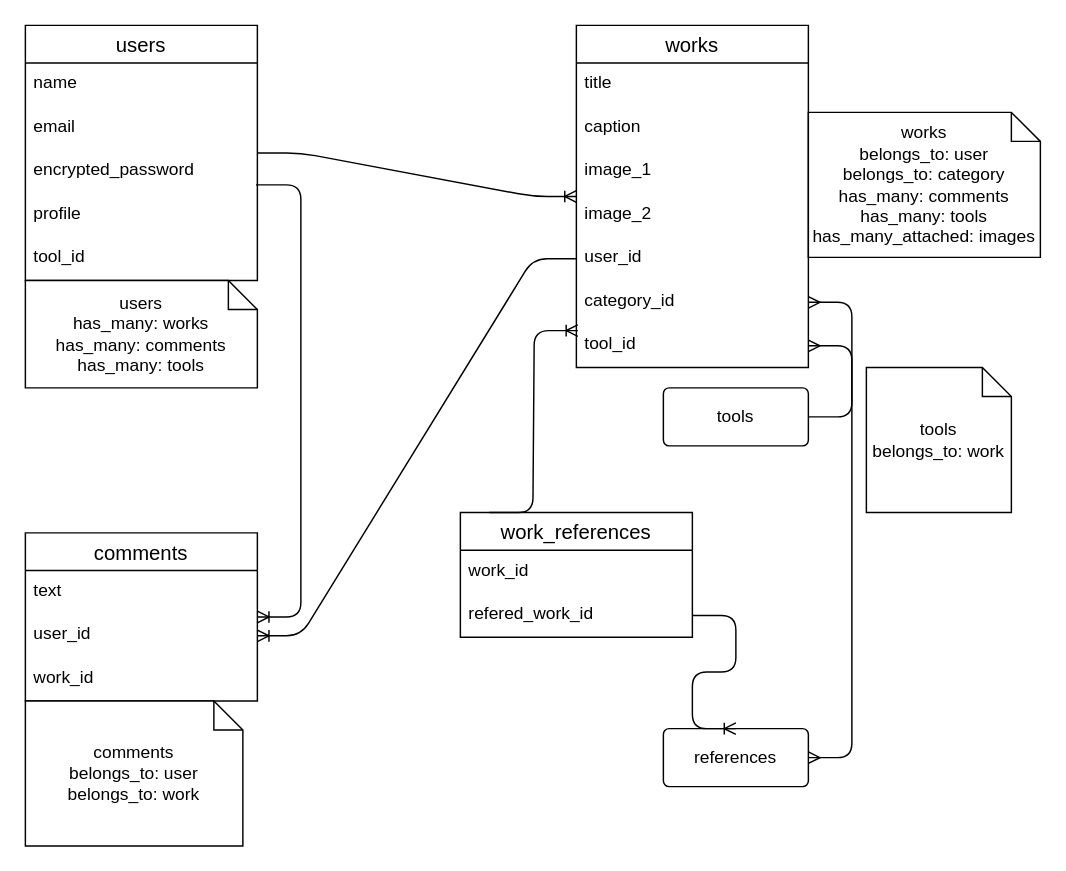
Jumoku-tree/phollowings keeps this draw.io diagram as ER.drawio. Above is the earlier version. Source tidied: cells renumbered, new cells numbered last; positions are measured from the earlier drawing's top-left corner, leaving out a move shared by most shapes. Both pictures are drawn from the tidied source at 145%, with x=0, y=0 at pixel (25, 25).
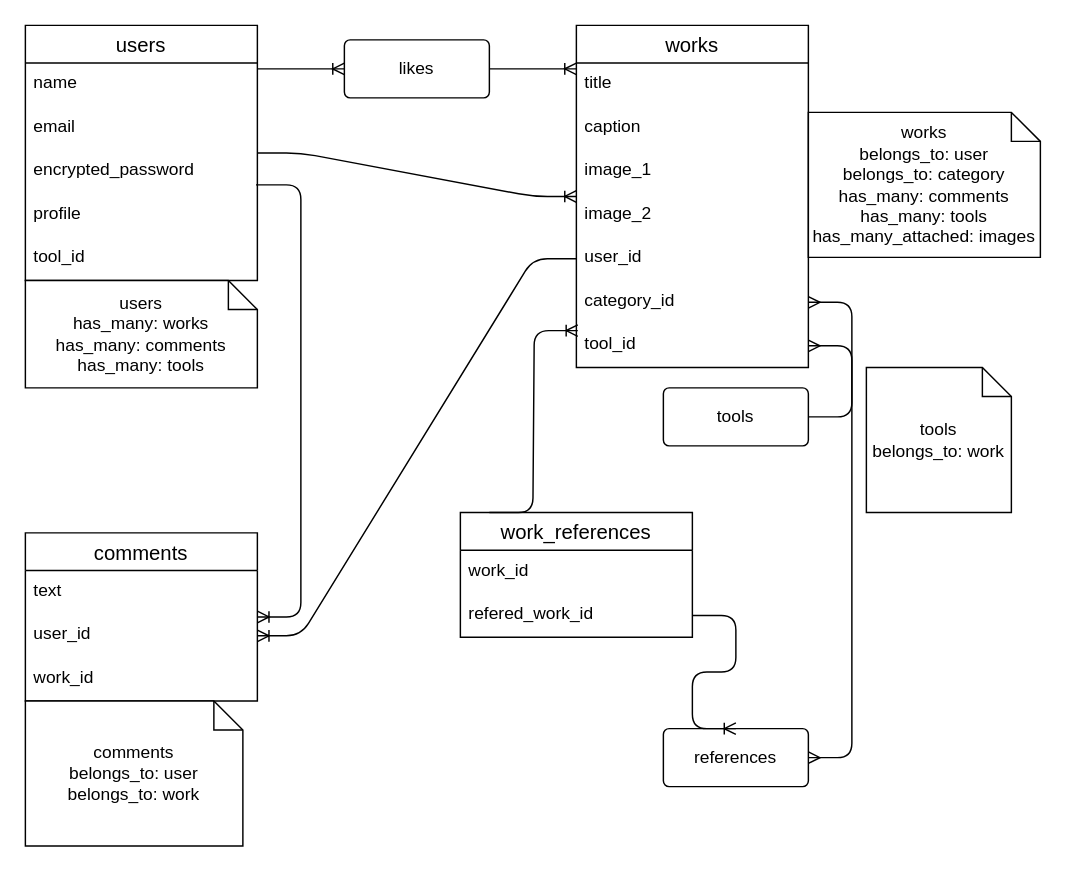
The same page after the edit.

The change refers to these unchanged cells:
```xml
<mxCell id="9" value="title" style="text;strokeColor=none;fillColor=none;spacingLeft=4;spacingRight=4;overflow=hidden;points=[[0,0.5],[1,0.5]];portConstraint=eastwest;fontSize=12;" parent="8" vertex="1">
  <mxGeometry y="26" width="160" height="30" as="geometry" />
</mxCell>
```

What changed in the source:
```diff
@@
+    <mxCell id="36" value="likes" style="rounded=1;arcSize=10;whiteSpace=wrap;html=1;align=center;" parent="1" vertex="1">
+      <mxGeometry x="220" y="10" width="100" height="40" as="geometry" />
+    </mxCell>
+    <mxCell id="37" style="edgeStyle=entityRelationEdgeStyle;fontSize=12;html=1;endArrow=ERoneToMany;entryX=0;entryY=0.5;entryDx=0;entryDy=0;" parent="1" edge="1" target="36">
+      <mxGeometry relative="1" as="geometry">
+        <mxPoint x="160" y="30" as="sourcePoint" />
+      </mxGeometry>
+    </mxCell>
+    <mxCell id="38" style="edgeStyle=entityRelationEdgeStyle;fontSize=12;html=1;endArrow=ERoneToMany;entryX=0;entryY=0.133;entryDx=0;entryDy=0;entryPerimeter=0;exitX=1;exitY=0.5;exitDx=0;exitDy=0;" parent="1" edge="1" source="36" target="9">
+      <mxGeometry relative="1" as="geometry" />
+    </mxCell>
```
